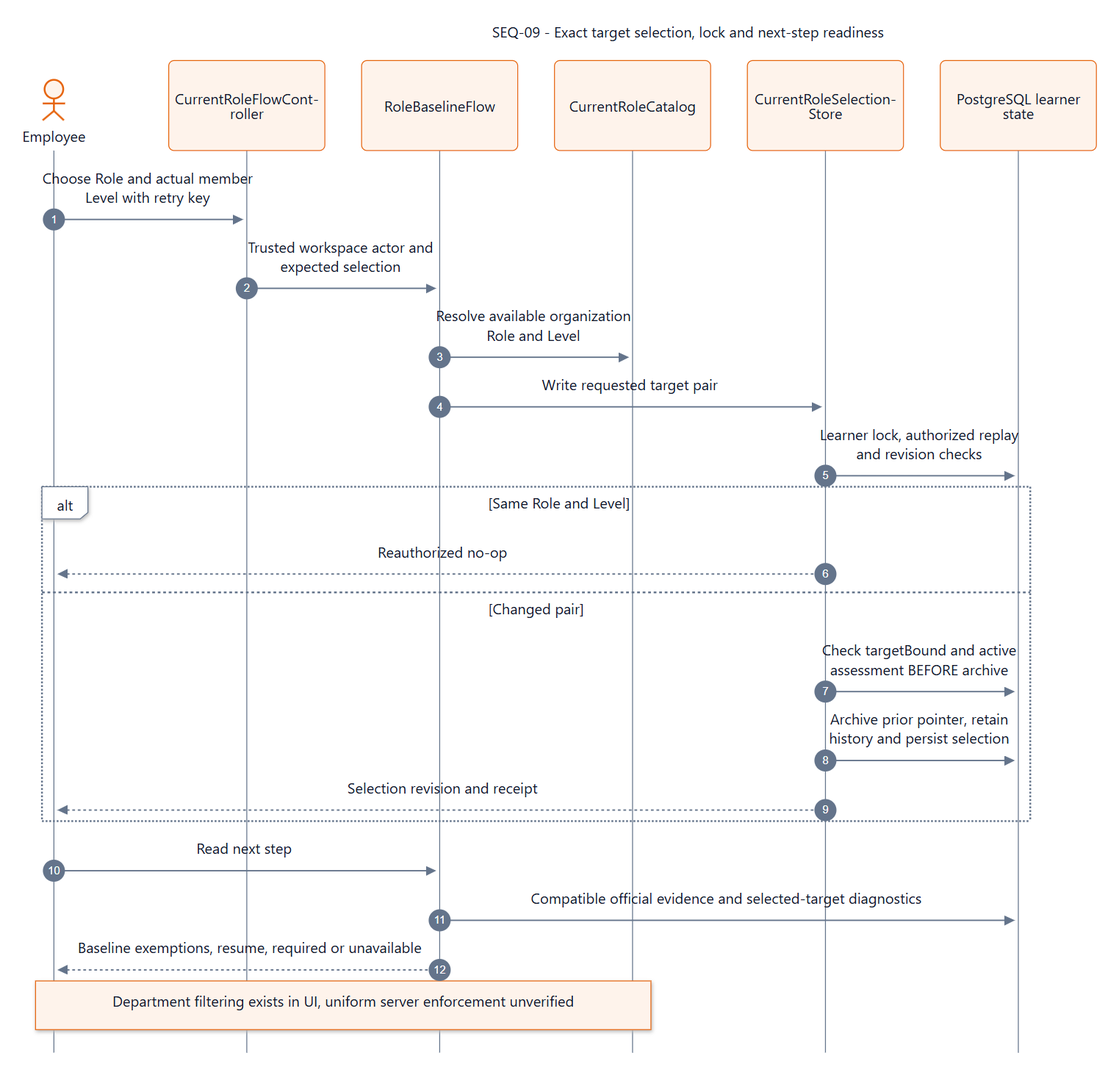
This is documents/diagrams/mermaid/seq-09.png from SEP490-Fall-2026-GFA26SE64/SEP490, a Mermaid export, as it was before one commit. Its source is kept beside it as documents/diagrams/mermaid/seq-09.mmd. The source it was exported from:
```mermaid
---
title: "SEQ-09 - Exact target selection, lock and next-step readiness"
config: {"theme":"base","fontFamily":"Segoe UI, Arial, sans-serif","themeVariables":{"fontFamily":"Segoe UI, Arial, sans-serif","fontSize":"16px","primaryColor":"#ffffff","primaryTextColor":"#0f1729","primaryBorderColor":"#64748b","secondaryColor":"#fef3eb","tertiaryColor":"#ffffff","lineColor":"#64748b","textColor":"#0f1729","mainBkg":"#ffffff","background":"#ffffff","clusterBkg":"#ffffff","clusterBorder":"#64748b","edgeLabelBackground":"#ffffff","titleColor":"#0f1729","noteBkgColor":"#fef3eb","noteTextColor":"#0f1729","noteBorderColor":"#e6650f","actorBkg":"#fef3eb","actorBorder":"#e6650f","actorTextColor":"#0f1729","actorLineColor":"#64748b","signalColor":"#64748b","signalTextColor":"#0f1729","labelBoxBkgColor":"#ffffff","labelBoxBorderColor":"#64748b","labelTextColor":"#0f1729","loopTextColor":"#0f1729","activationBkgColor":"#fef3eb","activationBorderColor":"#e6650f","sequenceNumberColor":"#ffffff","secondaryBorderColor":"#64748b","tertiaryBorderColor":"#64748b","secondaryTextColor":"#0f1729","tertiaryTextColor":"#0f1729"},"sequence":{"actorMargin":40,"width":170,"height":56,"diagramMarginX":24,"diagramMarginY":24,"boxMargin":12,"boxTextMargin":8,"noteMargin":16,"messageMargin":38,"mirrorActors":false,"wrap":true,"wrapPadding":12,"actorFontSize":15,"messageFontSize":14,"noteFontSize":14,"actorFontFamily":"Segoe UI, Arial, sans-serif","messageFontFamily":"Segoe UI, Arial, sans-serif","noteFontFamily":"Segoe UI, Arial, sans-serif"},"themeCSS":".actor-line { stroke-width: 1px; }"}
---

sequenceDiagram
  autonumber
  actor Employee
  participant API as CurrentRoleFlowController
  participant Flow as RoleBaselineFlow
  participant Catalog as CurrentRoleCatalog
  participant Store as CurrentRoleSelectionStore
  participant PG as PostgreSQL learner state
  Employee->>API: Choose Role and actual member Level with retry key
  API->>Flow: Trusted workspace actor and expected selection
  Flow->>Catalog: Resolve available organization Role and Level
  Flow->>Store: Write requested target pair
  Store->>PG: Learner lock, authorized replay and revision checks
  alt Same Role and Level
    Store-->>Employee: Reauthorized no-op
  else Changed pair
    Store->>PG: Check targetBound and active assessment BEFORE archive
    Store->>PG: Archive prior pointer, retain history and persist selection
    Store-->>Employee: Selection revision and receipt
  end
  Employee->>Flow: Read next step
  Flow->>PG: Compatible official evidence and selected-target diagnostics
  Flow-->>Employee: Baseline exemptions, resume, required or unavailable
  Note over Employee,Catalog: Department filtering exists in UI, uniform server enforcement unverified
```
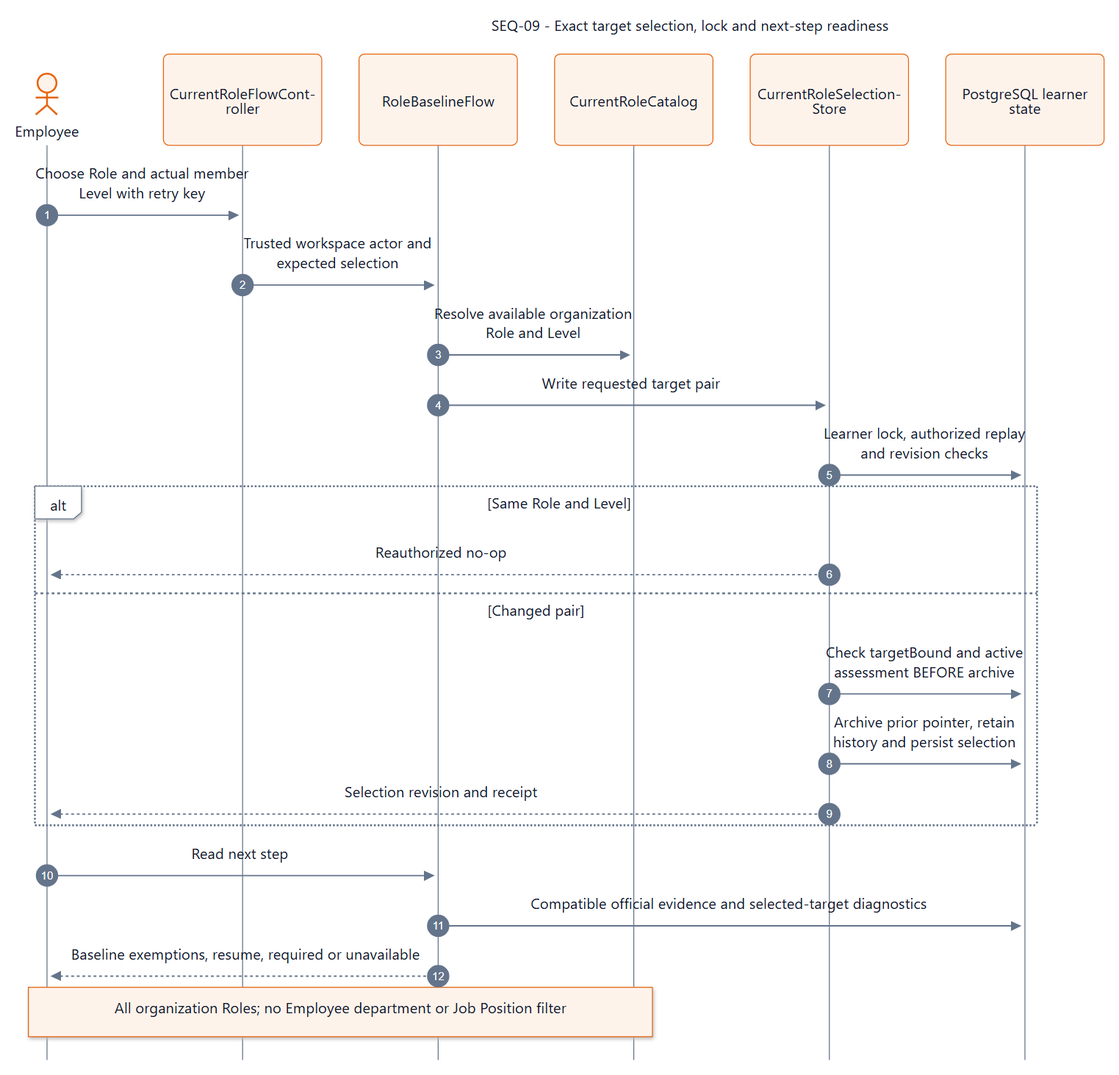
Later version of the same file.

Change to the diagram source:
```diff
@@ -26,4 +26,4 @@
   Employee->>Flow: Read next step
   Flow->>PG: Compatible official evidence and selected-target diagnostics
   Flow-->>Employee: Baseline exemptions, resume, required or unavailable
-  Note over Employee,Catalog: Department filtering exists in UI, uniform server enforcement unverified
+  Note over Employee,Catalog: All organization Roles; no Employee department or Job Position filter
```
